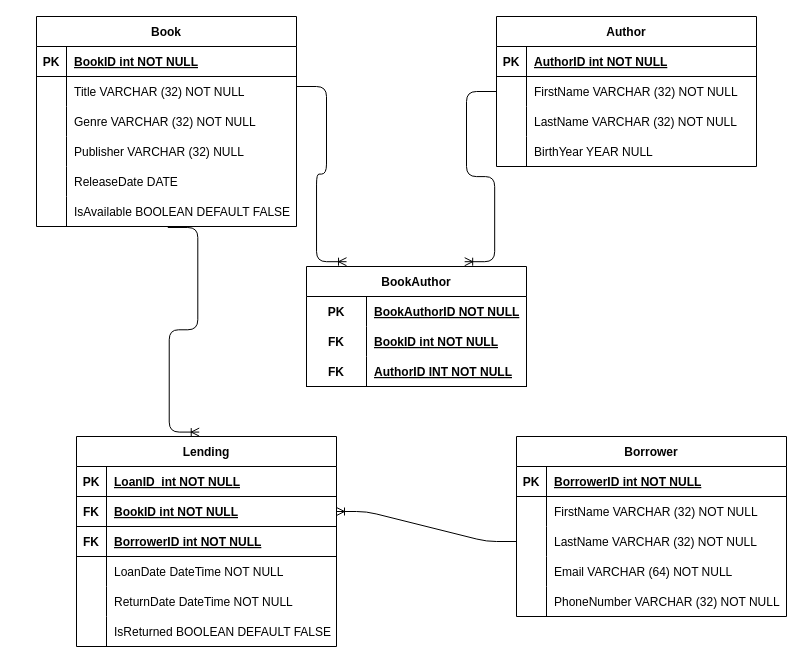
The draw.io diagram ER-Model_Diagram/ER-Diagram.drawio in nicorasck/Slutuppgift_Bibliotekssystem, before the edit. Source tidied: cells renumbered, new cells numbered last; positions are measured from the earlier drawing's top-left corner, leaving out a move shared by most shapes. Both pictures are drawn from the tidied source at 100%, with x=0, y=0 at pixel (36, 16).
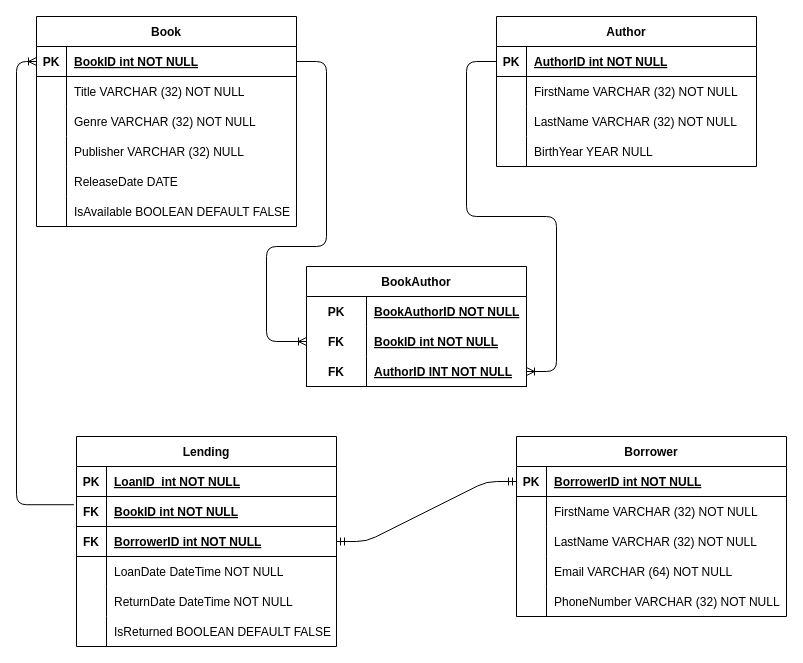
The same diagram, later.

The change refers to these unchanged cells:
```xml
<mxCell id="3" style="shape=tableRow;horizontal=0;startSize=0;swimlaneHead=0;swimlaneBody=0;fillColor=none;points=[[0,0.5],[1,0.5]];portConstraint=eastwest;top=0;left=0;right=0;bottom=1;" parent="2" vertex="1">
  <mxGeometry y="30" width="260" height="30" as="geometry" />
</mxCell>
<mxCell id="18" style="shape=tableRow;horizontal=0;startSize=0;swimlaneHead=0;swimlaneBody=0;fillColor=none;points=[[0,0.5],[1,0.5]];portConstraint=eastwest;top=0;left=0;right=0;bottom=0;" parent="2" vertex="1">
  <mxGeometry y="180" width="260" height="30" as="geometry" />
</mxCell>
<mxCell id="22" style="shape=tableRow;horizontal=0;startSize=0;swimlaneHead=0;swimlaneBody=0;fillColor=none;points=[[0,0.5],[1,0.5]];portConstraint=eastwest;top=0;left=0;right=0;bottom=1;" parent="21" vertex="1">
  <mxGeometry y="30" width="260" height="30" as="geometry" />
</mxCell>
<mxCell id="25" style="shape=tableRow;horizontal=0;startSize=0;swimlaneHead=0;swimlaneBody=0;fillColor=none;points=[[0,0.5],[1,0.5]];portConstraint=eastwest;top=0;left=0;right=0;bottom=0;" parent="21" vertex="1">
  <mxGeometry y="60" width="260" height="30" as="geometry" />
</mxCell>
<mxCell id="34" value="BookAuthor" style="shape=table;startSize=30;childLayout=tableLayout;rowLines=0;fontStyle=1;align=center;" parent="1" vertex="1">
  <mxGeometry x="270" y="250" width="220" height="120" as="geometry" />
</mxCell>
<mxCell id="38" style="shape=tableRow;horizontal=0;startSize=0;swimlaneHead=0;swimlaneBody=0;fillColor=none;points=[[0,0.5],[1,0.5]];portConstraint=eastwest;top=0;left=0;right=0;bottom=0;" parent="34" vertex="1">
  <mxGeometry y="60" width="220" height="30" as="geometry" />
</mxCell>
<mxCell id="41" style="shape=tableRow;horizontal=0;startSize=0;swimlaneHead=0;swimlaneBody=0;fillColor=none;points=[[0,0.5],[1,0.5]];portConstraint=eastwest;top=0;left=0;right=0;bottom=1;" parent="34" vertex="1">
  <mxGeometry y="90" width="220" height="30" as="geometry" />
</mxCell>
<mxCell id="44" value="Lending" style="shape=table;startSize=30;childLayout=tableLayout;rowLines=0;fontStyle=1;align=center;" parent="1" vertex="1">
  <mxGeometry x="40" y="420" width="260" height="210" as="geometry" />
</mxCell>
<mxCell id="48" style="shape=tableRow;horizontal=0;startSize=0;swimlaneHead=0;swimlaneBody=0;fillColor=none;points=[[0,0.5],[1,0.5]];portConstraint=eastwest;top=0;left=0;right=0;bottom=1;" parent="44" vertex="1">
  <mxGeometry y="60" width="260" height="30" as="geometry" />
</mxCell>
<mxCell id="51" style="shape=tableRow;horizontal=0;startSize=0;swimlaneHead=0;swimlaneBody=0;fillColor=none;points=[[0,0.5],[1,0.5]];portConstraint=eastwest;top=0;left=0;right=0;bottom=1;" parent="44" vertex="1">
  <mxGeometry y="90" width="260" height="30" as="geometry" />
</mxCell>
<mxCell id="64" style="shape=tableRow;horizontal=0;startSize=0;swimlaneHead=0;swimlaneBody=0;fillColor=none;points=[[0,0.5],[1,0.5]];portConstraint=eastwest;top=0;left=0;right=0;bottom=1;" parent="63" vertex="1">
  <mxGeometry y="30" width="270" height="30" as="geometry" />
</mxCell>
<mxCell id="70" style="shape=tableRow;horizontal=0;startSize=0;swimlaneHead=0;swimlaneBody=0;fillColor=none;points=[[0,0.5],[1,0.5]];portConstraint=eastwest;top=0;left=0;right=0;bottom=0;" parent="63" vertex="1">
  <mxGeometry y="90" width="270" height="30" as="geometry" />
</mxCell>
```

What changed in the source:
```diff
@@
-    <mxCell id="79" style="edgeStyle=entityRelationEdgeStyle;fontSize=12;html=1;endArrow=ERoneToMany;entryX=0.182;entryY=-0.04;entryDx=0;entryDy=0;entryPerimeter=0;" parent="1" edge="1" target="34">
+    <mxCell id="79" style="edgeStyle=orthogonalEdgeStyle;fontSize=12;html=1;endArrow=ERoneToMany;entryX=0;entryY=0.5;entryDx=0;entryDy=0;exitX=1;exitY=0.5;exitDx=0;exitDy=0;" parent="1" edge="1" source="3" target="38">
       <mxGeometry relative="1" as="geometry">
-        <mxPoint x="260" y="70" as="sourcePoint" />
+        <Array as="points">
+          <mxPoint x="290" y="45" />
+          <mxPoint x="290" y="230" />
+          <mxPoint x="230" y="230" />
+          <mxPoint x="230" y="325" />
+        </Array>
       </mxGeometry>
     </mxCell>
-    <mxCell id="80" style="edgeStyle=entityRelationEdgeStyle;fontSize=12;html=1;endArrow=ERoneToMany;entryX=0.719;entryY=-0.04;entryDx=0;entryDy=0;entryPerimeter=0;exitX=0;exitY=0.5;exitDx=0;exitDy=0;" parent="1" edge="1" source="25" target="34">
-      <mxGeometry relative="1" as="geometry" />
+    <mxCell id="80" style="edgeStyle=orthogonalEdgeStyle;fontSize=12;html=1;endArrow=ERoneToMany;entryX=1;entryY=0.5;entryDx=0;entryDy=0;exitX=0;exitY=0.5;exitDx=0;exitDy=0;" parent="1" edge="1" source="22" target="41">
+      <mxGeometry relative="1" as="geometry">
+        <Array as="points">
+          <mxPoint x="430" y="45" />
+          <mxPoint x="430" y="200" />
+          <mxPoint x="520" y="200" />
+          <mxPoint x="520" y="355" />
+        </Array>
+      </mxGeometry>
     </mxCell>
-    <mxCell id="81" style="edgeStyle=entityRelationEdgeStyle;fontSize=12;html=1;endArrow=ERoneToMany;exitX=0.505;exitY=1.033;exitDx=0;exitDy=0;exitPerimeter=0;entryX=0.472;entryY=-0.021;entryDx=0;entryDy=0;entryPerimeter=0;" parent="1" edge="1" source="18" target="44">
-      <mxGeometry relative="1" as="geometry" />
-    </mxCell>
-    <mxCell id="82" style="edgeStyle=entityRelationEdgeStyle;fontSize=12;html=1;endArrow=ERoneToMany;exitX=0;exitY=0.5;exitDx=0;exitDy=0;entryX=1;entryY=0.5;entryDx=0;entryDy=0;" parent="1" edge="1" source="70" target="48">
-      <mxGeometry relative="1" as="geometry" />
-    </mxCell>
+    <mxCell id="83" style="edgeStyle=elbowEdgeStyle;fontSize=12;html=1;endArrow=ERoneToMany;exitX=-0.01;exitY=0.274;exitDx=0;exitDy=0;entryX=0;entryY=0.5;entryDx=0;entryDy=0;exitPerimeter=0;" parent="1" edge="1" source="48" target="3">
+      <mxGeometry relative="1" as="geometry">
+        <Array as="points">
+          <mxPoint x="-20" y="260" />
+        </Array>
+      </mxGeometry>
+    </mxCell>
+    <mxCell id="84" style="edgeStyle=entityRelationEdgeStyle;fontSize=12;html=1;endArrow=ERmandOne;startArrow=ERmandOne;entryX=0;entryY=0.5;entryDx=0;entryDy=0;exitX=1;exitY=0.5;exitDx=0;exitDy=0;" parent="1" edge="1" source="51" target="64">
+      <mxGeometry relative="1" as="geometry" />
+    </mxCell>
```
